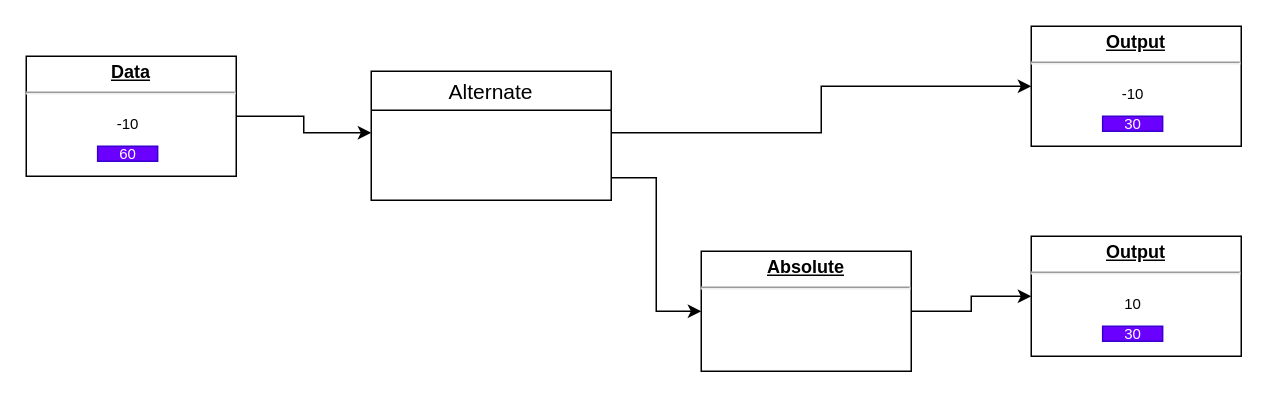
The draw.io diagram page "5" (5 of 9) of Math_Puzzles.drawio in CommanderFoo/Core-Visual-Node-Puzzles, before the edit. Source tidied: cells renumbered, new cells numbered last; positions are measured from the earlier drawing's top-left corner, leaving out a move shared by most shapes. Both pictures are drawn from the tidied source at 150%, with x=0, y=0 at pixel (26, 26).
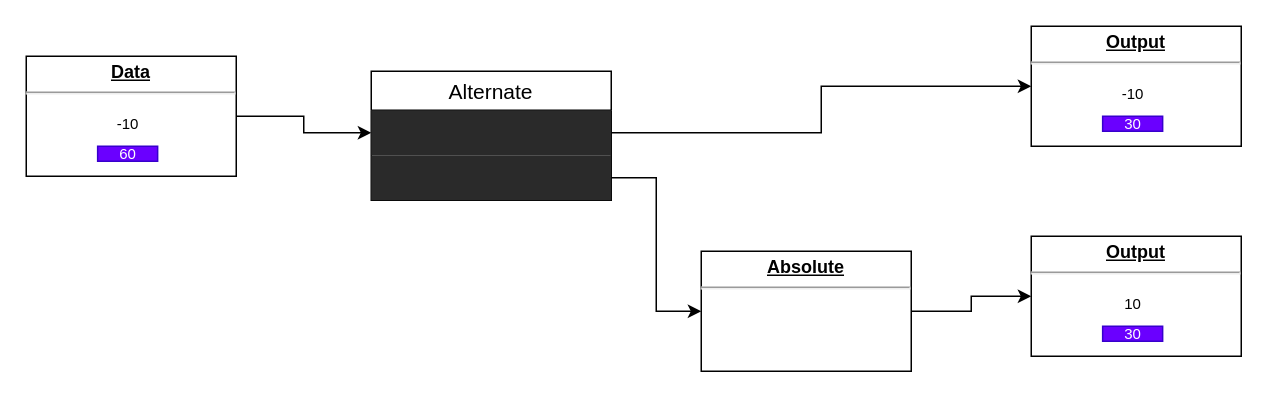
After the change.

The change refers to these unchanged cells:
```xml
<mxCell id="12" value="Alternate" style="swimlane;fontStyle=0;horizontal=1;startSize=26;align=center;fontSize=14;" parent="1" vertex="1">
  <mxGeometry x="230" y="30" width="160" height="86" as="geometry" />
</mxCell>
```

The edit, as a diff of the source:
```diff
@@
-    <mxCell id="13" value=" " style="text;strokeColor=none;fillColor=none;spacingLeft=4;spacingRight=4;overflow=hidden;points=[[0,0.5],[1,0.5]];portConstraint=eastwest;fontSize=12;" parent="12" vertex="1">
+    <mxCell id="13" value=" " style="text;strokeColor=none;spacingLeft=4;spacingRight=4;overflow=hidden;points=[[0,0.5],[1,0.5]];portConstraint=eastwest;fontSize=12;fillColor=#2a2a2a;" parent="12" vertex="1">
       <mxGeometry y="26" width="160" height="30" as="geometry" />
     </mxCell>
-    <mxCell id="14" value=" " style="text;strokeColor=none;fillColor=none;spacingLeft=4;spacingRight=4;overflow=hidden;points=[[0,0.5],[1,0.5]];portConstraint=eastwest;fontSize=12;" parent="12" vertex="1">
+    <mxCell id="14" value=" " style="text;strokeColor=none;spacingLeft=4;spacingRight=4;overflow=hidden;points=[[0,0.5],[1,0.5]];portConstraint=eastwest;fontSize=12;fillColor=#2a2a2a;" parent="12" vertex="1">
       <mxGeometry y="56" width="160" height="30" as="geometry" />
     </mxCell>
```
